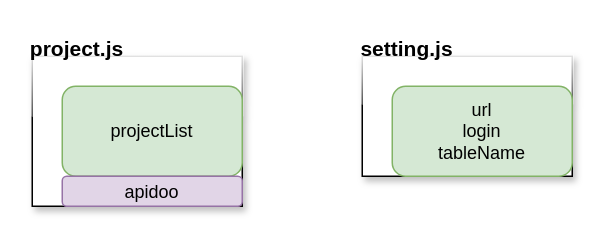
The draw.io diagram Notes/Diagram-settings(draw.io).drawio in stephane-delire/SmartChrono-BC, before the edit. Source tidied: cells renumbered, new cells numbered last; positions are measured from the earlier drawing's top-left corner, leaving out a move shared by most shapes. Both pictures are drawn from the tidied source at 150%, with x=0, y=0 at pixel (32, 26).
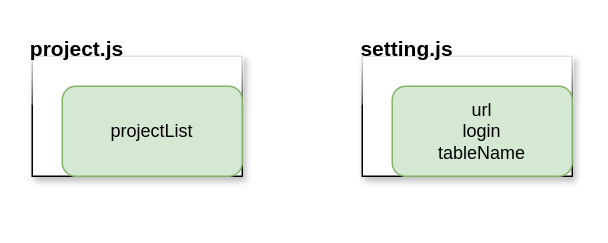
After the change.

The edit, as a diff of the source:
```diff
@@
 <mxGraphModel>
   <root>
     <mxCell id="0" />
     <mxCell id="1" parent="0" />
     <mxCell id="2" style="rounded=0;whiteSpace=wrap;html=1;glass=1;shadow=1;" parent="1" vertex="1">
       <mxGeometry x="220" y="20" width="140" height="80" as="geometry" />
     </mxCell>
     <mxCell id="3" value="url&lt;br&gt;login&lt;br&gt;tableName" style="rounded=1;whiteSpace=wrap;html=1;fillColor=#d5e8d4;strokeColor=#82b366;" parent="1" vertex="1">
       <mxGeometry x="240" y="40" width="120" height="60" as="geometry" />
     </mxCell>
     <mxCell id="4" value="&lt;b&gt;&lt;font style=&quot;font-size: 14px;&quot;&gt;setting.js&lt;/font&gt;&lt;/b&gt;" style="text;strokeColor=none;align=center;fillColor=none;html=1;verticalAlign=middle;whiteSpace=wrap;rounded=0;" parent="1" vertex="1">
       <mxGeometry x="220" width="60" height="30" as="geometry" />
     </mxCell>
     <mxCell id="5" style="rounded=0;whiteSpace=wrap;html=1;glass=1;shadow=1;" parent="1" vertex="1">
-      <mxGeometry y="20" width="140" height="100" as="geometry" />
+      <mxGeometry y="20" width="140" height="80" as="geometry" />
     </mxCell>
     <mxCell id="6" value="projectList" style="rounded=1;whiteSpace=wrap;html=1;fillColor=#d5e8d4;strokeColor=#82b366;" parent="1" vertex="1">
       <mxGeometry x="20" y="40" width="120" height="60" as="geometry" />
     </mxCell>
     <mxCell id="7" value="&lt;b&gt;&lt;font style=&quot;font-size: 14px;&quot;&gt;project.js&lt;/font&gt;&lt;/b&gt;" style="text;strokeColor=none;align=center;fillColor=none;html=1;verticalAlign=middle;whiteSpace=wrap;rounded=0;" parent="1" vertex="1">
       <mxGeometry width="60" height="30" as="geometry" />
     </mxCell>
-    <mxCell id="8" value="&lt;font style=&quot;font-size: 12px;&quot;&gt;apidoo&lt;/font&gt;" style="rounded=1;whiteSpace=wrap;html=1;shadow=0;glass=0;fontSize=14;fillColor=#e1d5e7;strokeColor=#9673a6;" parent="1" vertex="1">
-      <mxGeometry x="20" y="100" width="120" height="20" as="geometry" />
-    </mxCell>
   </root>
 </mxGraphModel>
```
